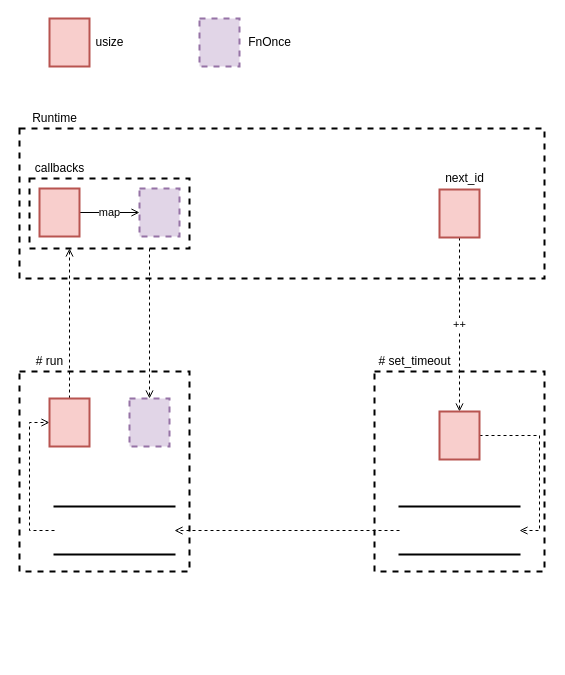
The draw.io diagram page "callback" (1 of 4) of rust/rust-feature.drawio in dovics/draw.io, before the edit. Source tidied: cells renumbered, new cells numbered last; positions are measured from the earlier drawing's top-left corner, leaving out a move shared by most shapes. Both pictures are drawn from the tidied source at 100%, with x=0, y=0 at pixel (19, 18).
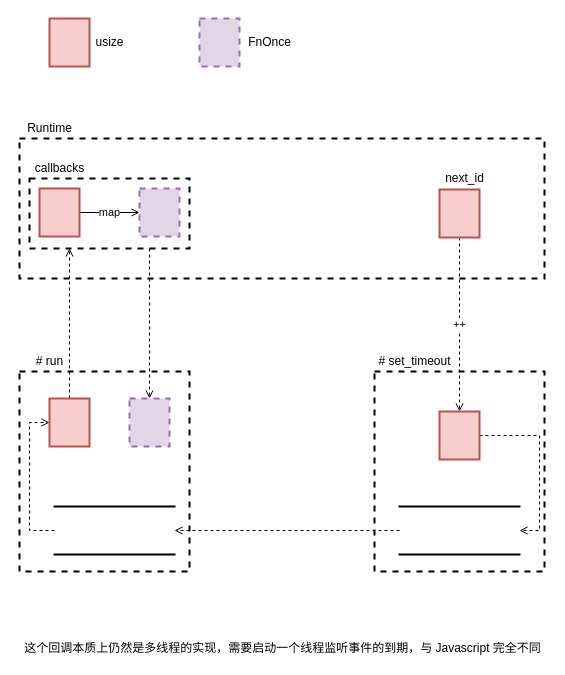
After the change.

Diff of the diagram source:
```diff
@@
     <mxCell id="22" style="rounded=0;whiteSpace=wrap;html=1;strokeWidth=2;fontSize=17;dashed=1;fillColor=none;" parent="1" vertex="1">
-      <mxGeometry y="110" width="525" height="150" as="geometry" />
+      <mxGeometry y="120" width="525" height="140" as="geometry" />
     </mxCell>
     <mxCell id="23" value="Runtime" style="text;html=1;align=center;verticalAlign=middle;strokeColor=none;" parent="1" vertex="1">
-      <mxGeometry x="5" y="90" width="60" height="20" as="geometry" />
+      <mxGeometry y="100" width="60" height="20" as="geometry" />
     </mxCell>
@@
+    <mxCell id="30" value="这个回调本质上仍然是多线程的实现，需要启动一个线程监听事件的到期，与 Javascript 完全不同" style="text;html=1;align=center;verticalAlign=middle;strokeColor=none;" parent="1" vertex="1">
+      <mxGeometry x="-2.5" y="620" width="530" height="20" as="geometry" />
+    </mxCell>
```
